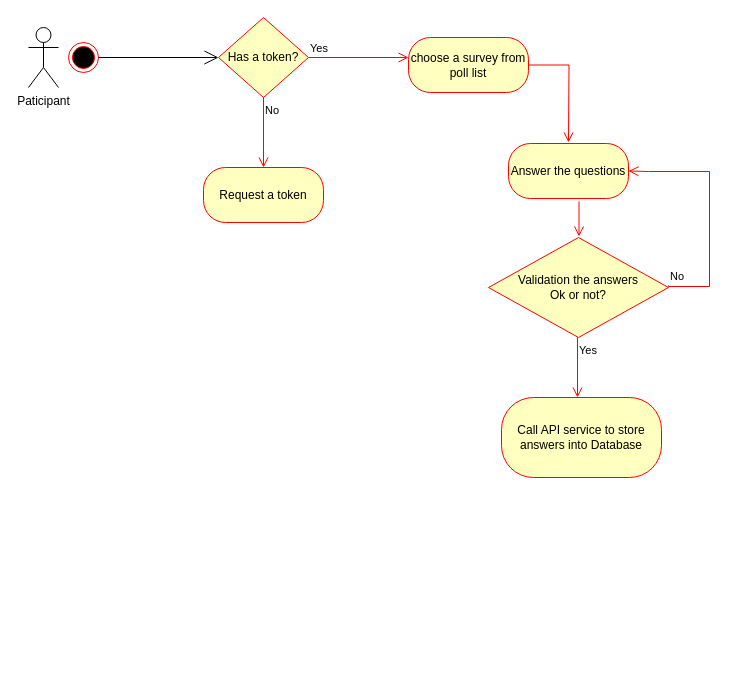
Before: documentation/participant-activity-diagram.drawio in GitBap/PollsPlanet, a draw.io diagram. Source tidied: cells renumbered, new cells numbered last; positions are measured from the earlier drawing's top-left corner, leaving out a move shared by most shapes. Both pictures are drawn from the tidied source at 100%, with x=0, y=0 at pixel (28, 17).
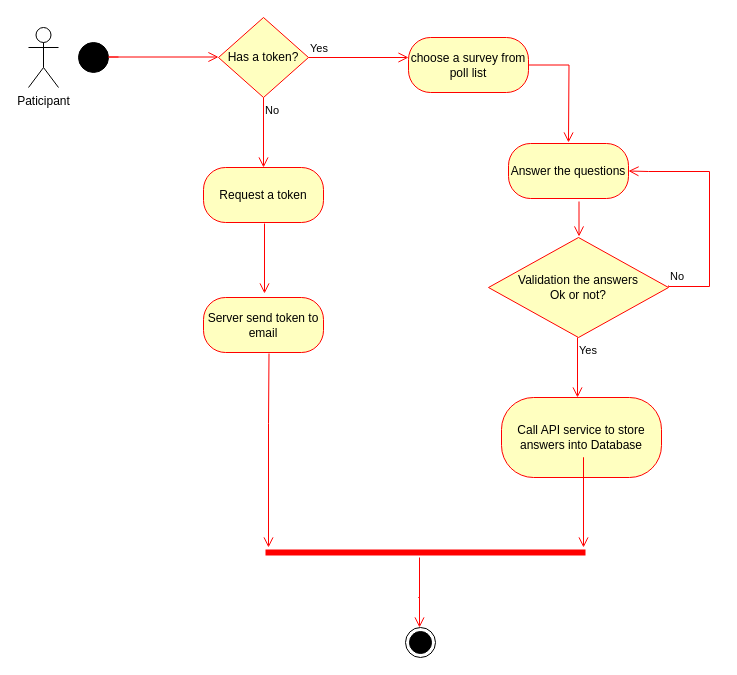
After the change.

Commit message (it also covers changes not shown here):
update activity diagram,add admin login seqdiagram

What changed in the source:
```diff
@@
-    <mxCell id="2" style="ellipse;html=1;shape=endState;fillColor=#000000;strokeColor=#ff0000;" parent="1" vertex="1">
-      <mxGeometry x="40" y="25" width="30" height="30" as="geometry" />
-    </mxCell>
-    <mxCell id="3" style="endArrow=open;endFill=1;endSize=12;html=1;rounded=0;exitX=1;exitY=0.5;exitDx=0;exitDy=0;entryX=0;entryY=0.5;entryDx=0;entryDy=0;" parent="1" edge="1" source="2">
-      <mxGeometry relative="1" as="geometry">
-        <mxPoint x="190" y="40" as="targetPoint" />
-      </mxGeometry>
-    </mxCell>
@@
+    <mxCell id="17" style="ellipse;fillColor=strokeColor;html=1;" parent="1" vertex="1">
+      <mxGeometry x="50" y="25" width="30" height="30" as="geometry" />
+    </mxCell>
+    <mxCell id="18" style="edgeStyle=orthogonalEdgeStyle;html=1;align=left;verticalAlign=bottom;endArrow=open;endSize=8;strokeColor=#ff0000;rounded=0;" parent="1" edge="1">
+      <mxGeometry x="-0.5" y="10" relative="1" as="geometry">
+        <mxPoint x="90" y="39.5" as="sourcePoint" />
+        <mxPoint x="190" y="39.5" as="targetPoint" />
+        <Array as="points">
+          <mxPoint x="80" y="40" />
+          <mxPoint x="80" y="40" />
+        </Array>
+        <mxPoint y="1" as="offset" />
+      </mxGeometry>
+    </mxCell>
+    <mxCell id="19" value="Server send token to email" style="rounded=1;whiteSpace=wrap;html=1;arcSize=40;fontColor=#000000;fillColor=#ffffc0;strokeColor=#ff0000;" parent="1" vertex="1">
+      <mxGeometry x="175" y="280" width="120" height="55" as="geometry" />
+    </mxCell>
+    <mxCell id="20" style="edgeStyle=orthogonalEdgeStyle;html=1;align=left;verticalAlign=top;endArrow=open;endSize=8;strokeColor=#ff0000;rounded=0;" parent="1" edge="1">
+      <mxGeometry x="1" y="-90" relative="1" as="geometry">
+        <mxPoint x="235.5" y="206" as="sourcePoint" />
+        <mxPoint x="236" y="276" as="targetPoint" />
+        <Array as="points">
+          <mxPoint x="236" y="276" />
+          <mxPoint x="236" y="276" />
+        </Array>
+        <mxPoint x="85" y="90" as="offset" />
+      </mxGeometry>
+    </mxCell>
+    <mxCell id="21" style="ellipse;html=1;shape=endState;fillColor=strokeColor;" parent="1" vertex="1">
+      <mxGeometry x="377" y="610" width="30" height="30" as="geometry" />
+    </mxCell>
+    <mxCell id="22" style="shape=line;html=1;strokeWidth=6;strokeColor=#ff0000;" parent="1" vertex="1">
+      <mxGeometry x="237" y="530" width="320" height="10" as="geometry" />
+    </mxCell>
+    <mxCell id="23" style="edgeStyle=orthogonalEdgeStyle;html=1;verticalAlign=bottom;endArrow=open;endSize=8;strokeColor=#ff0000;rounded=0;" parent="1" edge="1">
+      <mxGeometry relative="1" as="geometry">
+        <mxPoint x="391" y="540" as="sourcePoint" />
+        <mxPoint x="391" y="610" as="targetPoint" />
+        <Array as="points">
+          <mxPoint x="390" y="580" />
+          <mxPoint x="392" y="580" />
+        </Array>
+      </mxGeometry>
+    </mxCell>
+    <mxCell id="24" style="edgeStyle=orthogonalEdgeStyle;html=1;align=left;verticalAlign=top;endArrow=open;endSize=8;strokeColor=#ff0000;rounded=0;" parent="1" edge="1">
+      <mxGeometry x="1" y="-90" relative="1" as="geometry">
+        <mxPoint x="240.5" y="336" as="sourcePoint" />
+        <mxPoint x="240" y="530" as="targetPoint" />
+        <Array as="points">
+          <mxPoint x="241" y="406" />
+          <mxPoint x="241" y="406" />
+        </Array>
+        <mxPoint x="85" y="90" as="offset" />
+      </mxGeometry>
+    </mxCell>
+    <mxCell id="25" style="edgeStyle=orthogonalEdgeStyle;html=1;align=left;verticalAlign=top;endArrow=open;endSize=8;strokeColor=#ff0000;rounded=0;" parent="1" edge="1">
+      <mxGeometry x="1" y="-90" relative="1" as="geometry">
+        <mxPoint x="555" y="490" as="sourcePoint" />
+        <mxPoint x="555" y="530" as="targetPoint" />
+        <Array as="points">
+          <mxPoint x="555" y="440" />
+          <mxPoint x="555" y="440" />
+        </Array>
+        <mxPoint x="85" y="90" as="offset" />
+      </mxGeometry>
+    </mxCell>
```
